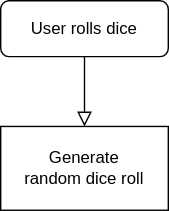
josenavarrohub/vanilla-js-pig-game keeps this draw.io diagram as flowchart.drawio.svg. Above is the earlier version. Source tidied: cells renumbered, new cells last; positions are measured from the earlier drawing's top-left corner, leaving out a move shared by most shapes.
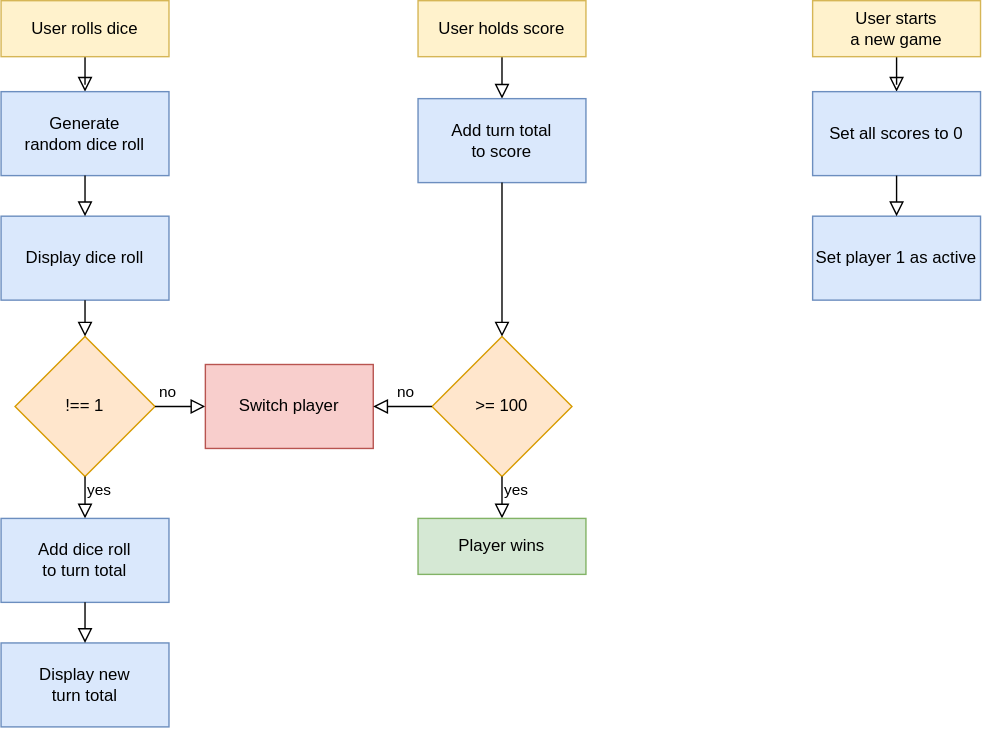
The same diagram one commit later.

What changed in the source:
```diff
@@ -1,17 +1,86 @@
-<mxGraphModel>
+<mxGraphModel background="#FFFFFF">
   <root>
     <mxCell id="0" />
     <mxCell id="1" parent="0" />
-    <mxCell id="2" style="rounded=0;html=1;jettySize=auto;fontSize=11;endArrow=block;endFill=0;endSize=8;strokeWidth=1;shadow=0;labelBackgroundColor=none;edgeStyle=orthogonalEdgeStyle;" parent="1" edge="1" source="3">
-      <mxGeometry relative="1" as="geometry">
-        <mxPoint x="60" y="90" as="targetPoint" />
-      </mxGeometry>
+    <mxCell id="2" style="rounded=0;html=1;jettySize=auto;fontSize=11;endArrow=block;endFill=0;endSize=8;strokeWidth=1;shadow=0;labelBackgroundColor=none;edgeStyle=orthogonalEdgeStyle;entryX=0.5;entryY=0;entryDx=0;entryDy=0;" parent="1" edge="1" source="3" target="4">
+      <mxGeometry relative="1" as="geometry" />
     </mxCell>
-    <mxCell id="3" value="User rolls dice" style="rounded=1;whiteSpace=wrap;html=1;fontSize=12;glass=0;strokeWidth=1;shadow=0;" parent="1" vertex="1">
-      <mxGeometry width="120" height="40" as="geometry" />
+    <mxCell id="3" value="User rolls dice" style="rounded=0;whiteSpace=wrap;html=1;fontSize=12;glass=0;strokeWidth=1;shadow=0;fillColor=#fff2cc;strokeColor=#d6b656;" parent="1" vertex="1">
+      <mxGeometry x="-120" y="-60" width="120" height="40" as="geometry" />
     </mxCell>
-    <mxCell id="4" value="Generate&lt;br&gt;random dice roll" style="rounded=0;whiteSpace=wrap;html=1;" parent="1" vertex="1">
-      <mxGeometry y="90" width="120" height="60" as="geometry" />
+    <mxCell id="4" value="Generate&lt;br&gt;random dice roll" style="rounded=0;whiteSpace=wrap;html=1;fillColor=#dae8fc;strokeColor=#6c8ebf;" parent="1" vertex="1">
+      <mxGeometry x="-120" y="5" width="120" height="60" as="geometry" />
     </mxCell>
+    <mxCell id="5" value="Display dice roll" style="rounded=0;whiteSpace=wrap;html=1;fillColor=#dae8fc;strokeColor=#6c8ebf;" parent="1" vertex="1">
+      <mxGeometry x="-120" y="94" width="120" height="60" as="geometry" />
+    </mxCell>
+    <mxCell id="6" style="rounded=0;html=1;jettySize=auto;fontSize=11;endArrow=block;endFill=0;endSize=8;strokeWidth=1;shadow=0;labelBackgroundColor=none;edgeStyle=orthogonalEdgeStyle;entryX=0.5;entryY=0;entryDx=0;entryDy=0;exitX=0.5;exitY=1;exitDx=0;exitDy=0;" parent="1" edge="1" source="4" target="5">
+      <mxGeometry relative="1" as="geometry" />
+    </mxCell>
+    <mxCell id="7" value="!== 1" style="strokeWidth=1;html=1;shape=mxgraph.flowchart.decision;whiteSpace=wrap;fillColor=#ffe6cc;strokeColor=#d79b00;rounded=0;" parent="1" vertex="1">
+      <mxGeometry x="-110" y="180" width="100" height="100" as="geometry" />
+    </mxCell>
+    <mxCell id="8" style="rounded=0;html=1;jettySize=auto;fontSize=11;endArrow=block;endFill=0;endSize=8;strokeWidth=1;shadow=0;labelBackgroundColor=none;edgeStyle=orthogonalEdgeStyle;exitX=0.5;exitY=1;exitDx=0;exitDy=0;entryX=0.5;entryY=0;entryDx=0;entryDy=0;entryPerimeter=0;" parent="1" edge="1" source="5" target="7">
+      <mxGeometry relative="1" as="geometry" />
+    </mxCell>
+    <mxCell id="9" value="no" style="rounded=0;html=1;jettySize=auto;fontSize=11;endArrow=block;endFill=0;endSize=8;strokeWidth=1;shadow=0;labelBackgroundColor=none;edgeStyle=orthogonalEdgeStyle;entryX=0;entryY=0.5;entryDx=0;entryDy=0;exitX=1;exitY=0.5;exitDx=0;exitDy=0;exitPerimeter=0;" parent="1" edge="1" source="7" target="12">
+      <mxGeometry x="-0.5" y="10" relative="1" as="geometry" />
+    </mxCell>
+    <mxCell id="10" value="yes" style="rounded=0;html=1;jettySize=auto;fontSize=11;endArrow=block;endFill=0;endSize=8;strokeWidth=1;shadow=0;labelBackgroundColor=none;edgeStyle=orthogonalEdgeStyle;entryX=0.5;entryY=0;entryDx=0;entryDy=0;" parent="1" edge="1" target="11">
+      <mxGeometry x="-0.33" y="10" relative="1" as="geometry">
+        <mxPoint x="-60" y="280" as="sourcePoint" />
+      </mxGeometry>
+    </mxCell>
+    <mxCell id="11" value="Add dice roll&lt;br&gt;to turn total" style="rounded=0;whiteSpace=wrap;html=1;fillColor=#dae8fc;strokeColor=#6c8ebf;" parent="1" vertex="1">
+      <mxGeometry x="-120" y="310" width="120" height="60" as="geometry" />
+    </mxCell>
+    <mxCell id="12" value="Switch player" style="rounded=0;whiteSpace=wrap;html=1;fillColor=#f8cecc;strokeColor=#b85450;" parent="1" vertex="1">
+      <mxGeometry x="26" y="200" width="120" height="60" as="geometry" />
+    </mxCell>
+    <mxCell id="13" style="rounded=0;html=1;jettySize=auto;fontSize=11;endArrow=block;endFill=0;endSize=8;strokeWidth=1;shadow=0;labelBackgroundColor=none;edgeStyle=orthogonalEdgeStyle;entryX=0.5;entryY=0;entryDx=0;entryDy=0;" parent="1" edge="1" source="14" target="15">
+      <mxGeometry relative="1" as="geometry" />
+    </mxCell>
+    <mxCell id="14" value="User holds score" style="rounded=0;whiteSpace=wrap;html=1;fontSize=12;glass=0;strokeWidth=1;shadow=0;fillColor=#fff2cc;strokeColor=#d6b656;" parent="1" vertex="1">
+      <mxGeometry x="178" y="-60" width="120" height="40" as="geometry" />
+    </mxCell>
+    <mxCell id="15" value="Add turn total&lt;br&gt;to score" style="rounded=0;whiteSpace=wrap;html=1;fillColor=#dae8fc;strokeColor=#6c8ebf;" parent="1" vertex="1">
+      <mxGeometry x="178" y="10" width="120" height="60" as="geometry" />
+    </mxCell>
+    <mxCell id="16" value="&amp;gt;= 100" style="strokeWidth=1;html=1;shape=mxgraph.flowchart.decision;whiteSpace=wrap;fillColor=#ffe6cc;strokeColor=#d79b00;rounded=0;" parent="1" vertex="1">
+      <mxGeometry x="188" y="180" width="100" height="100" as="geometry" />
+    </mxCell>
+    <mxCell id="17" style="rounded=0;html=1;jettySize=auto;fontSize=11;endArrow=block;endFill=0;endSize=8;strokeWidth=1;shadow=0;labelBackgroundColor=none;edgeStyle=orthogonalEdgeStyle;exitX=0.5;exitY=1;exitDx=0;exitDy=0;entryX=0.5;entryY=0;entryDx=0;entryDy=0;entryPerimeter=0;" parent="1" edge="1" source="15" target="16">
+      <mxGeometry relative="1" as="geometry" />
+    </mxCell>
+    <mxCell id="18" value="yes" style="rounded=0;html=1;jettySize=auto;fontSize=11;endArrow=block;endFill=0;endSize=8;strokeWidth=1;shadow=0;labelBackgroundColor=none;edgeStyle=orthogonalEdgeStyle;exitX=0.5;exitY=1;exitDx=0;exitDy=0;entryX=0.5;entryY=0;entryDx=0;entryDy=0;exitPerimeter=0;" parent="1" edge="1" source="16" target="27">
+      <mxGeometry x="-0.33" y="10" relative="1" as="geometry" />
+    </mxCell>
+    <mxCell id="19" value="no" style="rounded=0;html=1;jettySize=auto;fontSize=11;endArrow=block;endFill=0;endSize=8;strokeWidth=1;shadow=0;labelBackgroundColor=none;edgeStyle=orthogonalEdgeStyle;exitX=0;exitY=0.5;exitDx=0;exitDy=0;exitPerimeter=0;" parent="1" edge="1" source="16" target="12">
+      <mxGeometry x="-0.09" y="-10" relative="1" as="geometry" />
+    </mxCell>
+    <mxCell id="20" value="Display new&lt;br&gt;turn total" style="rounded=0;whiteSpace=wrap;html=1;fillColor=#dae8fc;strokeColor=#6c8ebf;" parent="1" vertex="1">
+      <mxGeometry x="-120" y="399" width="120" height="60" as="geometry" />
+    </mxCell>
+    <mxCell id="21" style="rounded=0;html=1;jettySize=auto;fontSize=11;endArrow=block;endFill=0;endSize=8;strokeWidth=1;shadow=0;labelBackgroundColor=none;edgeStyle=orthogonalEdgeStyle;entryX=0.5;entryY=0;entryDx=0;entryDy=0;exitX=0.5;exitY=1;exitDx=0;exitDy=0;" parent="1" edge="1" source="11" target="20">
+      <mxGeometry relative="1" as="geometry" />
+    </mxCell>
+    <mxCell id="22" style="rounded=0;html=1;jettySize=auto;fontSize=11;endArrow=block;endFill=0;endSize=8;strokeWidth=1;shadow=0;labelBackgroundColor=none;edgeStyle=orthogonalEdgeStyle;entryX=0.5;entryY=0;entryDx=0;entryDy=0;" parent="1" edge="1" source="23" target="24">
+      <mxGeometry relative="1" as="geometry" />
+    </mxCell>
+    <mxCell id="23" value="User starts&lt;br&gt;a new game" style="rounded=0;whiteSpace=wrap;html=1;fontSize=12;glass=0;strokeWidth=1;shadow=0;fillColor=#fff2cc;strokeColor=#d6b656;" parent="1" vertex="1">
+      <mxGeometry x="460" y="-60" width="120" height="40" as="geometry" />
+    </mxCell>
+    <mxCell id="24" value="Set all scores to 0" style="rounded=0;whiteSpace=wrap;html=1;fillColor=#dae8fc;strokeColor=#6c8ebf;" parent="1" vertex="1">
+      <mxGeometry x="460" y="5" width="120" height="60" as="geometry" />
+    </mxCell>
+    <mxCell id="25" value="Set player 1 as active" style="rounded=0;whiteSpace=wrap;html=1;fillColor=#dae8fc;strokeColor=#6c8ebf;" parent="1" vertex="1">
+      <mxGeometry x="460" y="94" width="120" height="60" as="geometry" />
+    </mxCell>
+    <mxCell id="26" style="rounded=0;html=1;jettySize=auto;fontSize=11;endArrow=block;endFill=0;endSize=8;strokeWidth=1;shadow=0;labelBackgroundColor=none;edgeStyle=orthogonalEdgeStyle;entryX=0.5;entryY=0;entryDx=0;entryDy=0;exitX=0.5;exitY=1;exitDx=0;exitDy=0;" parent="1" edge="1" source="24" target="25">
+      <mxGeometry relative="1" as="geometry" />
+    </mxCell>
+    <mxCell id="27" value="Player wins" style="rounded=0;whiteSpace=wrap;html=1;fontSize=12;glass=0;strokeWidth=1;shadow=0;fillColor=#d5e8d4;strokeColor=#82b366;" parent="1" vertex="1">
+      <mxGeometry x="178" y="310" width="120" height="40" as="geometry" />
+    </mxCell>
   </root>
 </mxGraphModel>
```
